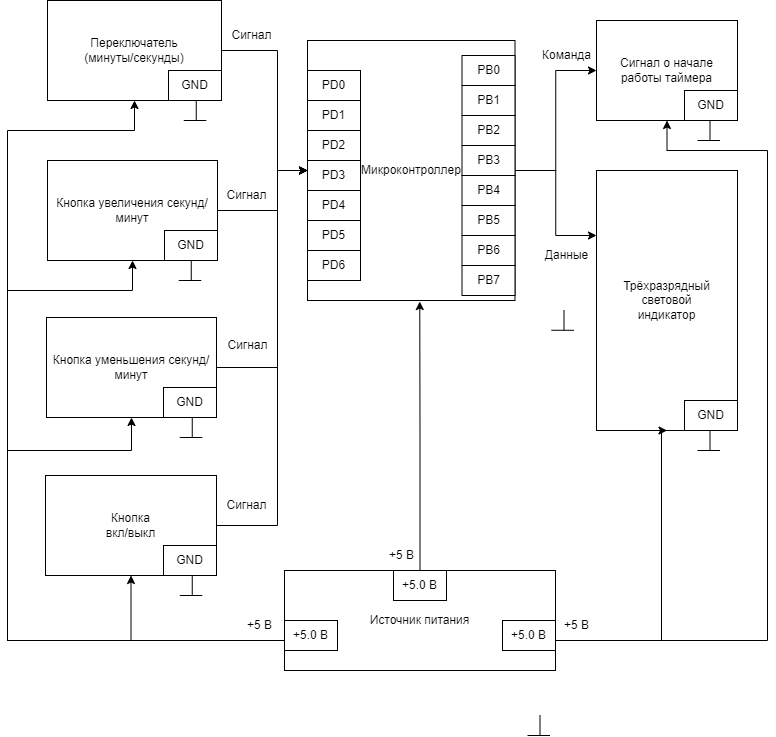
The draw.io diagram Схемыч!!!.png in IlyaFedoseev227/LABS-PNRPU-IVT-22-1b, before a commit. Source tidied: cells renumbered, new cells last; positions are measured from the earlier drawing's top-left corner, leaving out a move shared by most shapes.
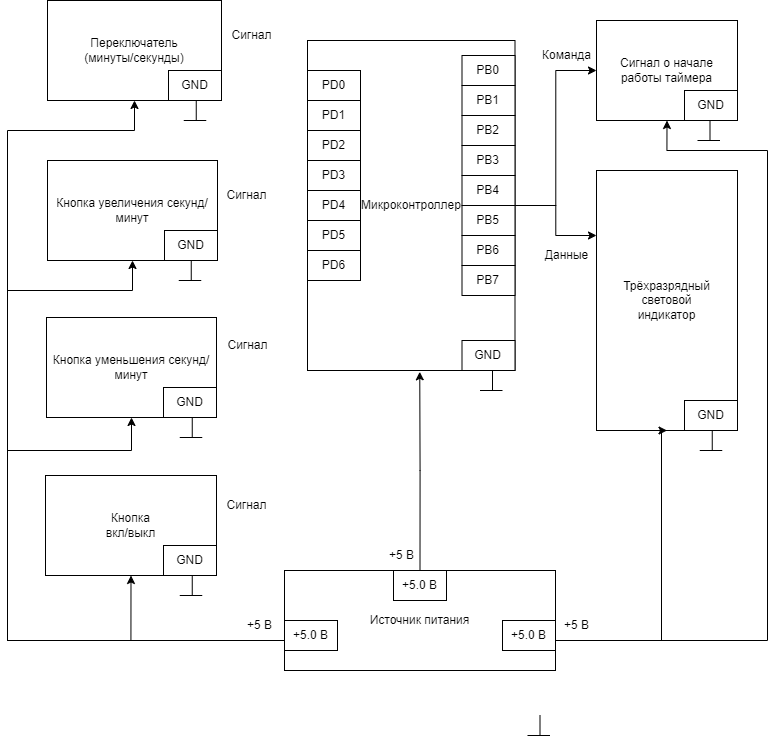
Above is the later version.

Change to the diagram source:
```diff
@@ -2,14 +2,6 @@
   <root>
     <mxCell id="0" />
     <mxCell id="1" parent="0" />
-    <mxCell id="2" style="edgeStyle=orthogonalEdgeStyle;rounded=0;jettySize=auto;html=1;exitX=1;exitY=0.5;exitDx=0;exitDy=0;entryX=0;entryY=0.5;entryDx=0;entryDy=0;" parent="1" edge="1" source="3" target="7">
-      <mxGeometry relative="1" as="geometry">
-        <Array as="points">
-          <mxPoint x="270" y="50" />
-          <mxPoint x="270" y="170" />
-        </Array>
-      </mxGeometry>
-    </mxCell>
     <mxCell id="3" value="Переключатель&lt;br&gt;(минуты/секунды)" style="rounded=0;whiteSpace=wrap;html=1;" parent="1" vertex="1">
       <mxGeometry x="40" width="174" height="100" as="geometry" />
     </mxCell>
@@ -23,38 +15,14 @@
       <mxGeometry relative="1" as="geometry" />
     </mxCell>
     <mxCell id="7" value="Микроконтроллер" style="rounded=0;whiteSpace=wrap;html=1;" parent="1" vertex="1">
-      <mxGeometry x="300" y="40" width="207.5" height="260" as="geometry" />
+      <mxGeometry x="300" y="40" width="207.5" height="330" as="geometry" />
     </mxCell>
-    <mxCell id="8" style="edgeStyle=orthogonalEdgeStyle;rounded=0;jettySize=auto;html=1;exitX=1;exitY=0.5;exitDx=0;exitDy=0;entryX=0;entryY=0.5;entryDx=0;entryDy=0;" parent="1" edge="1" source="9" target="7">
-      <mxGeometry relative="1" as="geometry">
-        <Array as="points">
-          <mxPoint x="270" y="210" />
-          <mxPoint x="270" y="170" />
-        </Array>
-      </mxGeometry>
-    </mxCell>
     <mxCell id="9" value="Кнопка увеличения секунд/минут" style="rounded=0;whiteSpace=wrap;html=1;" parent="1" vertex="1">
       <mxGeometry x="40" y="160" width="170" height="100" as="geometry" />
     </mxCell>
-    <mxCell id="10" style="edgeStyle=orthogonalEdgeStyle;rounded=0;jettySize=auto;html=1;exitX=1;exitY=0.5;exitDx=0;exitDy=0;entryX=0;entryY=0.5;entryDx=0;entryDy=0;" parent="1" edge="1" source="11" target="7">
-      <mxGeometry relative="1" as="geometry">
-        <Array as="points">
-          <mxPoint x="270" y="367" />
-          <mxPoint x="270" y="170" />
-        </Array>
-      </mxGeometry>
-    </mxCell>
     <mxCell id="11" value="Кнопка уменьшения секунд/минут" style="rounded=0;whiteSpace=wrap;html=1;" parent="1" vertex="1">
       <mxGeometry x="39" y="317" width="170" height="100" as="geometry" />
     </mxCell>
-    <mxCell id="12" style="edgeStyle=orthogonalEdgeStyle;rounded=0;jettySize=auto;html=1;exitX=1;exitY=0.5;exitDx=0;exitDy=0;entryX=0;entryY=0.5;entryDx=0;entryDy=0;" parent="1" edge="1" source="13" target="7">
-      <mxGeometry relative="1" as="geometry">
-        <Array as="points">
-          <mxPoint x="270" y="525" />
-          <mxPoint x="270" y="170" />
-        </Array>
-      </mxGeometry>
-    </mxCell>
     <mxCell id="13" value="Кнопка &lt;br&gt;вкл/выкл" style="rounded=0;whiteSpace=wrap;html=1;" parent="1" vertex="1">
       <mxGeometry x="38" y="475" width="171" height="100" as="geometry" />
     </mxCell>
@@ -135,14 +103,14 @@
     </mxCell>
     <mxCell id="25" style="endArrow=none;html=1;rounded=0;" parent="1" edge="1">
       <mxGeometry relative="1" as="geometry">
-        <mxPoint x="690" y="450" as="sourcePoint" />
-        <mxPoint x="712.5" y="450" as="targetPoint" />
+        <mxPoint x="692.2" y="450" as="sourcePoint" />
+        <mxPoint x="714.8" y="450" as="targetPoint" />
       </mxGeometry>
     </mxCell>
     <mxCell id="26" style="endArrow=none;html=1;rounded=0;" parent="1" edge="1">
       <mxGeometry x="1" y="-32" relative="1" as="geometry">
-        <mxPoint x="702.5" y="450" as="sourcePoint" />
-        <mxPoint x="702.5" y="430" as="targetPoint" />
+        <mxPoint x="704.8" y="450" as="sourcePoint" />
+        <mxPoint x="704.8" y="430" as="targetPoint" />
         <mxPoint x="-2" y="-10" as="offset" />
       </mxGeometry>
     </mxCell>
@@ -161,14 +129,14 @@
     </mxCell>
     <mxCell id="29" style="endArrow=none;html=1;rounded=0;" parent="1" edge="1">
       <mxGeometry relative="1" as="geometry">
-        <mxPoint x="544" y="329.8" as="sourcePoint" />
-        <mxPoint x="566.5" y="329.8" as="targetPoint" />
+        <mxPoint x="472.5" y="390" as="sourcePoint" />
+        <mxPoint x="495" y="390" as="targetPoint" />
       </mxGeometry>
     </mxCell>
     <mxCell id="30" style="endArrow=none;html=1;rounded=0;" parent="1" edge="1">
       <mxGeometry x="1" y="-32" relative="1" as="geometry">
-        <mxPoint x="556.5" y="329.8" as="sourcePoint" />
-        <mxPoint x="556.5" y="309.8" as="targetPoint" />
+        <mxPoint x="485" y="390" as="sourcePoint" />
+        <mxPoint x="485" y="370" as="targetPoint" />
         <mxPoint x="-2" y="-10" as="offset" />
       </mxGeometry>
     </mxCell>
@@ -323,5 +291,8 @@
     <mxCell id="71" value="PB7" style="rounded=0;whiteSpace=wrap;html=1;" parent="1" vertex="1">
       <mxGeometry x="454.5" y="265" width="53" height="30" as="geometry" />
     </mxCell>
+    <mxCell id="72" value="GND" style="rounded=0;whiteSpace=wrap;html=1;" parent="1" vertex="1">
+      <mxGeometry x="454.5" y="340" width="53" height="30" as="geometry" />
+    </mxCell>
   </root>
 </mxGraphModel>
```
